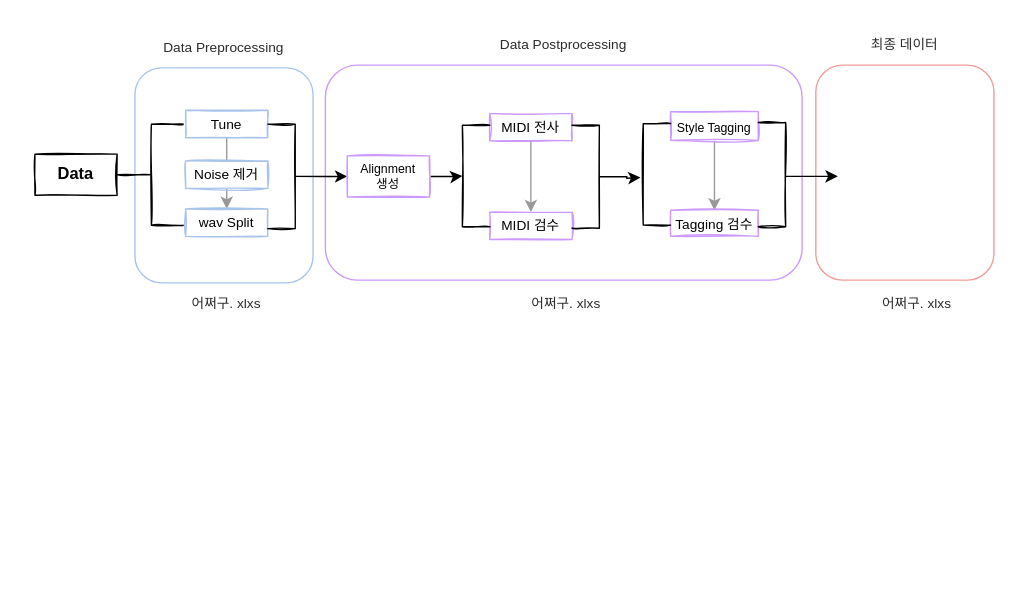
The draw.io diagram page "Page-2" (2 of 2) of Untitled Diagram.drawio in nyjinnn/images, before the edit. Source tidied: cells renumbered, new cells numbered last; positions are measured from the earlier drawing's top-left corner, leaving out a move shared by most shapes. Both pictures are drawn from the tidied source at 137%, with x=0, y=0 at pixel (34, 23).
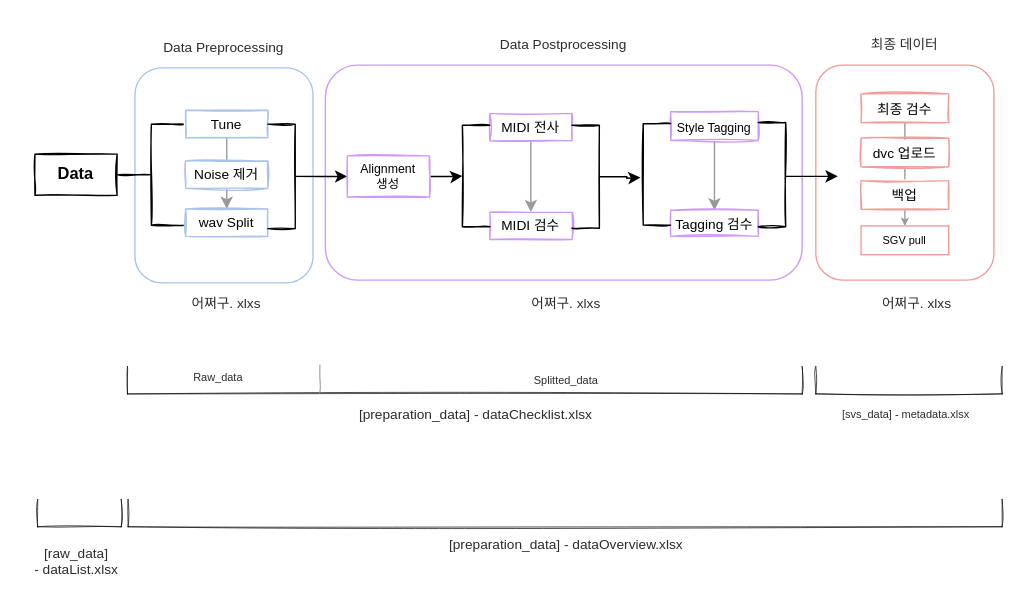
The same diagram, later.

Change to the diagram source:
```diff
@@
+    <mxCell id="33" style="strokeWidth=0.5;html=1;shape=mxgraph.flowchart.annotation_1;align=left;sketch=1;fontSize=10;fontColor=#2B2B2B;fillColor=#A9C4EB;rotation=-90;" parent="1" vertex="1">
+      <mxGeometry x="303.8" y="13.8" width="20" height="492.5" as="geometry" />
+    </mxCell>
+    <mxCell id="34" style="strokeWidth=0.5;html=1;shape=mxgraph.flowchart.annotation_1;align=left;sketch=1;fontSize=10;fontColor=#2B2B2B;fillColor=#A9C4EB;rotation=-90;" parent="1" vertex="1">
+      <mxGeometry x="628" y="192" width="20" height="136" as="geometry" />
+    </mxCell>
+    <mxCell id="35" value="[preparation_data] - dataChecklist.xlsx" style="text;html=1;strokeColor=none;fillColor=none;align=center;verticalAlign=middle;whiteSpace=wrap;rounded=0;sketch=1;fontSize=10;fontColor=#2B2B2B;" parent="1" vertex="1">
+      <mxGeometry x="207" y="270" width="230" height="30" as="geometry" />
+    </mxCell>
+    <mxCell id="36" style="strokeWidth=0.5;html=1;shape=mxgraph.flowchart.annotation_1;align=left;sketch=1;fontSize=10;fontColor=#2B2B2B;fillColor=#A9C4EB;rotation=-90;" parent="1" vertex="1">
+      <mxGeometry x="377" y="38" width="20" height="638" as="geometry" />
+    </mxCell>
+    <mxCell id="37" value="[preparation_data] - dataOverview.xlsx" style="text;html=1;strokeColor=none;fillColor=none;align=center;verticalAlign=middle;whiteSpace=wrap;rounded=0;sketch=1;fontSize=10;fontColor=#2B2B2B;" parent="1" vertex="1">
+      <mxGeometry x="273" y="365" width="230" height="30" as="geometry" />
+    </mxCell>
+    <mxCell id="38" style="endArrow=none;html=1;rounded=0;fontSize=10;fontColor=#2B2B2B;strokeColor=#999999;strokeWidth=0.5;sketch=1;" parent="1" edge="1">
+      <mxGeometry relative="1" as="geometry">
+        <mxPoint x="208" y="269" as="sourcePoint" />
+        <mxPoint x="208" y="249" as="targetPoint" />
+      </mxGeometry>
+    </mxCell>
+    <mxCell id="39" value="&lt;font style=&quot;font-size: 8px;&quot;&gt;Raw_data&lt;/font&gt;" style="text;html=1;strokeColor=none;fillColor=none;align=center;verticalAlign=middle;whiteSpace=wrap;rounded=0;sketch=1;fontSize=8;fontColor=#2B2B2B;" parent="1" vertex="1">
+      <mxGeometry x="108" y="245" width="52" height="25" as="geometry" />
+    </mxCell>
+    <mxCell id="40" value="Splitted_data" style="text;html=1;strokeColor=none;fillColor=none;align=center;verticalAlign=middle;whiteSpace=wrap;rounded=0;sketch=1;fontSize=8;fontColor=#2B2B2B;" parent="1" vertex="1">
+      <mxGeometry x="358" y="245" width="60" height="30" as="geometry" />
+    </mxCell>
+    <mxCell id="41" value="[svs_data] - metadata.xlsx" style="text;html=1;strokeColor=none;fillColor=none;align=center;verticalAlign=middle;whiteSpace=wrap;rounded=0;sketch=1;fontSize=8;fontColor=#2B2B2B;strokeWidth=0.3;" parent="1" vertex="1">
+      <mxGeometry x="570" y="270" width="132" height="30" as="geometry" />
+    </mxCell>
+    <mxCell id="42" style="edgeStyle=orthogonalEdgeStyle;rounded=0;sketch=0;jettySize=auto;html=1;entryX=0.5;entryY=0;entryDx=0;entryDy=0;fontFamily=Helvetica;fontSize=8;fontColor=#2B2B2B;strokeColor=#999999;strokeWidth=1;endSize=3;" parent="1" edge="1" source="43" target="46">
+      <mxGeometry relative="1" as="geometry" />
+    </mxCell>
+    <mxCell id="43" value="&lt;font size=&quot;1&quot;&gt;최종 검수&lt;/font&gt;" style="rounded=0;whiteSpace=wrap;html=1;strokeColor=#F19C99;fillColor=default;fontSize=10;sketch=1;" parent="1" vertex="1">
+      <mxGeometry x="603" y="51" width="64" height="21" as="geometry" />
+    </mxCell>
+    <mxCell id="44" value="&lt;font size=&quot;1&quot;&gt;dvc 업로드&lt;/font&gt;" style="rounded=0;whiteSpace=wrap;html=1;strokeColor=#F19C99;fillColor=default;fontSize=10;sketch=1;" parent="1" vertex="1">
+      <mxGeometry x="603" y="83.3" width="64" height="21" as="geometry" />
+    </mxCell>
+    <mxCell id="45" value="&lt;font size=&quot;1&quot;&gt;백업&lt;/font&gt;" style="rounded=0;whiteSpace=wrap;html=1;strokeColor=#F19C99;fillColor=default;fontSize=10;sketch=1;" parent="1" vertex="1">
+      <mxGeometry x="603" y="114.3" width="64" height="21" as="geometry" />
+    </mxCell>
+    <mxCell id="46" value="&lt;font style=&quot;font-size: 8px;&quot;&gt;SGV pull&lt;/font&gt;" style="rounded=0;whiteSpace=wrap;html=1;strokeColor=#F19C99;fillColor=default;fontSize=8;sketch=0;" parent="1" vertex="1">
+      <mxGeometry x="603" y="147.4" width="64" height="21" as="geometry" />
+    </mxCell>
+    <mxCell id="47" style="strokeWidth=0.5;html=1;shape=mxgraph.flowchart.annotation_1;align=left;sketch=1;fontSize=10;fontColor=#2B2B2B;fillColor=#A9C4EB;rotation=-90;" parent="1" vertex="1">
+      <mxGeometry x="22.5" y="326.5" width="20" height="61" as="geometry" />
+    </mxCell>
+    <mxCell id="48" value="[raw_data] &lt;br&gt;- dataList.xlsx" style="text;html=1;strokeColor=none;fillColor=none;align=center;verticalAlign=middle;whiteSpace=wrap;rounded=0;sketch=1;fontSize=10;fontColor=#2B2B2B;" parent="1" vertex="1">
+      <mxGeometry x="-8.2" y="377" width="76.5" height="30" as="geometry" />
+    </mxCell>
```
